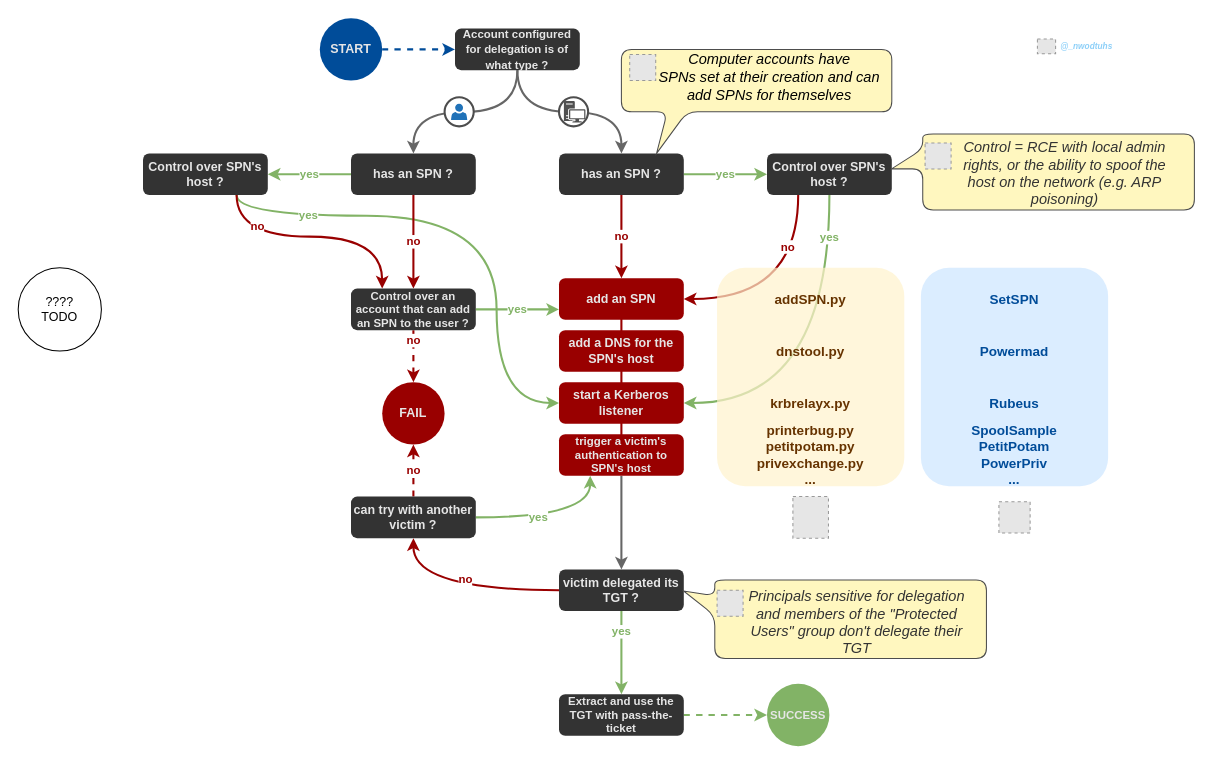
Earlier version of the draw.io diagram page "unconstrained" (1 of 3) of .assets/drawios/Kerberos_delegations.drawio (The-Hacker-Recipes/The-Hacker-Recipes). Source tidied: cells renumbered, new cells numbered last; positions are measured from the earlier drawing's top-left corner, leaving out a move shared by most shapes. Both pictures are drawn from the tidied source at 104%, with x=0, y=0 at pixel (18, 18). Pictures stored in the file or linked from it are replaced by grey dashed boxes.
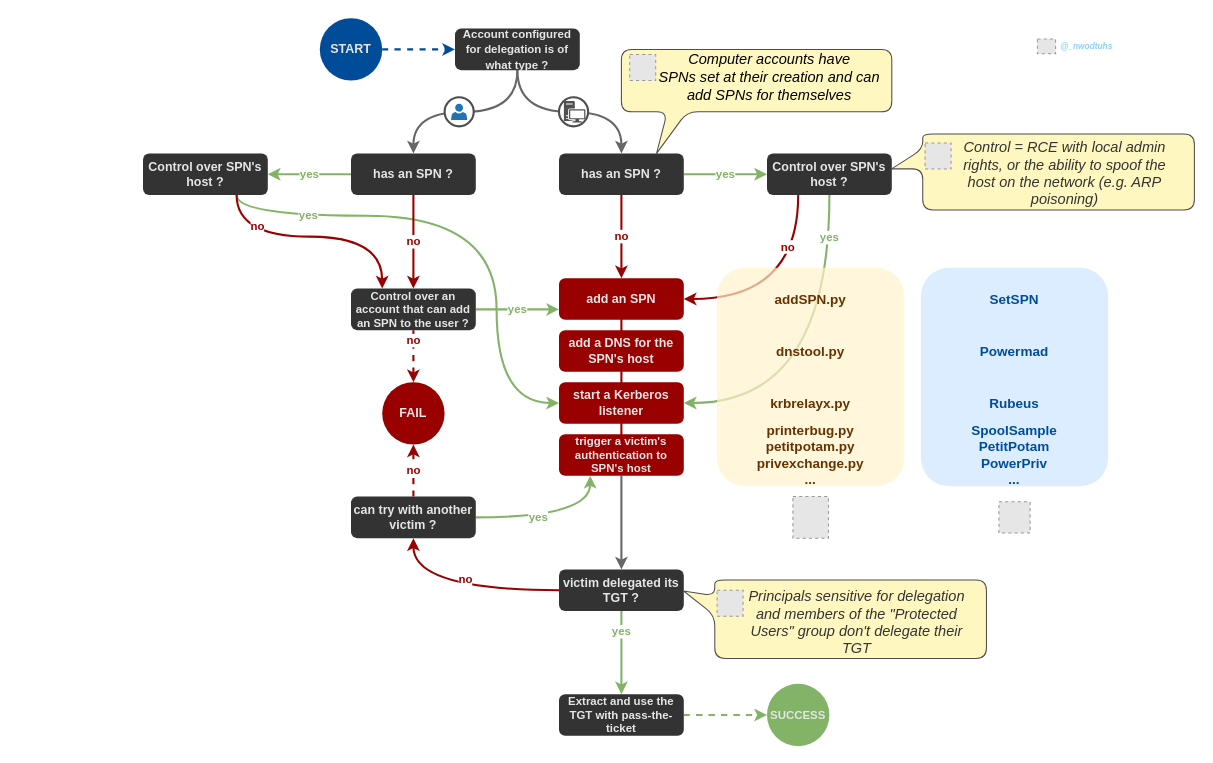
The same page after the edit.

What changed in the source:
```diff
@@
-    <mxCell id="67" value="????&lt;br&gt;TODO" style="ellipse;whiteSpace=wrap;html=1;" parent="1" vertex="1">
-      <mxGeometry y="240" width="80" height="80" as="geometry" />
-    </mxCell>
```
